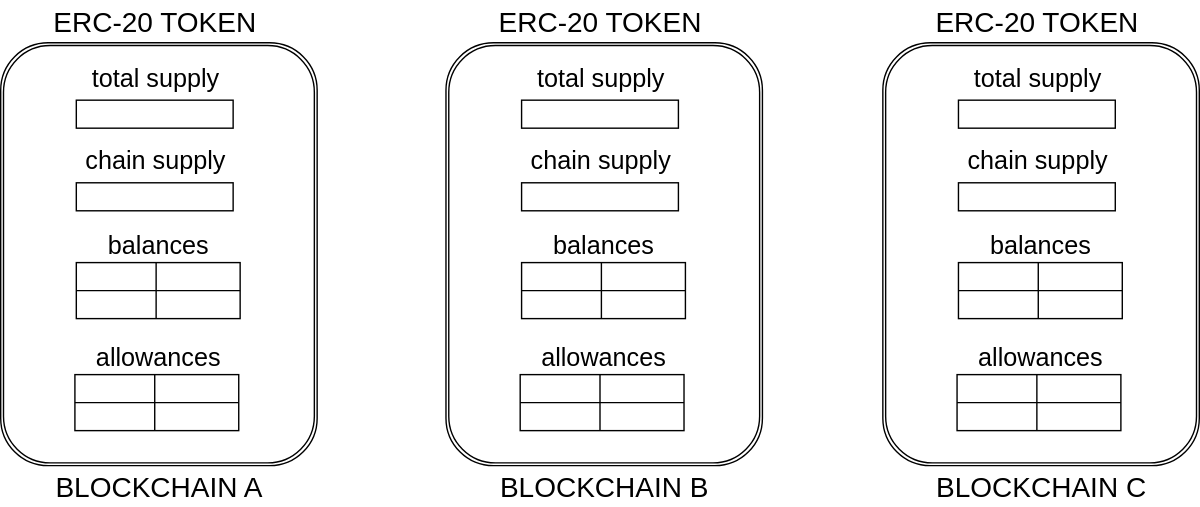
GoFungible/interop-site keeps this draw.io diagram as static/img/drawings/patterns_erc20_multichain.svg. Above is the earlier version. Source tidied: cells renumbered, new cells last; positions are measured from the earlier drawing's top-left corner, leaving out a move shared by most shapes.
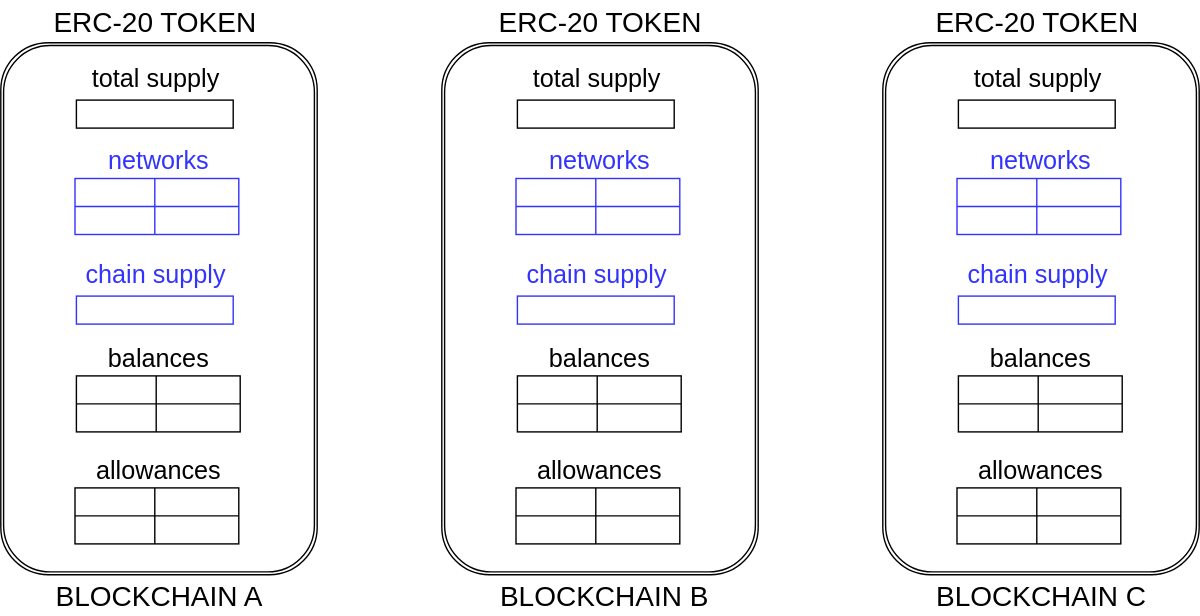
The same file after the commit.

What changed in the source:
```diff
@@ -3,28 +3,28 @@
     <mxCell id="0" />
     <mxCell id="1" parent="0" />
     <mxCell id="2" style="shape=ext;double=1;rounded=1;whiteSpace=wrap;html=1;" parent="1" vertex="1">
-      <mxGeometry y="30" width="226" height="302" as="geometry" />
+      <mxGeometry y="30" width="226" height="380" as="geometry" />
     </mxCell>
     <mxCell id="3" value="&lt;font style=&quot;font-size: 20px;&quot;&gt;ERC-20 TOKEN&lt;/font&gt;" style="text;html=1;whiteSpace=wrap;strokeColor=none;fillColor=none;align=center;verticalAlign=middle;rounded=0;" parent="1" vertex="1">
       <mxGeometry x="32.5" width="155" height="30" as="geometry" />
     </mxCell>
     <mxCell id="4" style="shape=internalStorage;whiteSpace=wrap;html=1;backgroundOutline=1;dx=57;dy=20;" parent="1" vertex="1">
-      <mxGeometry x="54" y="187" width="117" height="40" as="geometry" />
+      <mxGeometry x="54" y="268" width="117" height="40" as="geometry" />
     </mxCell>
     <mxCell id="5" value="&lt;font style=&quot;font-size: 18px;&quot;&gt;balances&lt;/font&gt;" style="text;html=1;whiteSpace=wrap;strokeColor=none;fillColor=none;align=center;verticalAlign=middle;rounded=0;" parent="1" vertex="1">
-      <mxGeometry x="68" y="160" width="90" height="30" as="geometry" />
+      <mxGeometry x="68" y="241" width="90" height="30" as="geometry" />
     </mxCell>
-    <mxCell id="6" style="rounded=0;whiteSpace=wrap;html=1;" parent="1" vertex="1">
-      <mxGeometry x="54" y="130" width="112" height="20" as="geometry" />
+    <mxCell id="6" style="rounded=0;whiteSpace=wrap;html=1;fillColor=none;strokeColor=light-dark(#3333FF,#EDEDED);" parent="1" vertex="1">
+      <mxGeometry x="54" y="211" width="112" height="20" as="geometry" />
     </mxCell>
-    <mxCell id="7" value="&lt;font style=&quot;font-size: 18px;&quot;&gt;chain supply&lt;/font&gt;" style="text;html=1;whiteSpace=wrap;strokeColor=none;fillColor=none;align=center;verticalAlign=middle;rounded=0;" parent="1" vertex="1">
-      <mxGeometry x="56" y="100" width="110" height="30" as="geometry" />
+    <mxCell id="7" value="&lt;font style=&quot;font-size: 18px;&quot;&gt;chain supply&lt;/font&gt;" style="text;html=1;whiteSpace=wrap;strokeColor=none;fillColor=none;align=center;verticalAlign=middle;rounded=0;fontColor=light-dark(#3333FF,#EDEDED);" parent="1" vertex="1">
+      <mxGeometry x="56" y="181" width="110" height="30" as="geometry" />
     </mxCell>
     <mxCell id="8" style="shape=internalStorage;whiteSpace=wrap;html=1;backgroundOutline=1;dx=57;dy=20;" parent="1" vertex="1">
-      <mxGeometry x="53" y="267" width="117" height="40" as="geometry" />
+      <mxGeometry x="53" y="348" width="117" height="40" as="geometry" />
     </mxCell>
     <mxCell id="9" value="&lt;font style=&quot;font-size: 18px;&quot;&gt;allowances&lt;/font&gt;" style="text;html=1;whiteSpace=wrap;strokeColor=none;fillColor=none;align=center;verticalAlign=middle;rounded=0;" parent="1" vertex="1">
-      <mxGeometry x="58" y="240" width="110" height="30" as="geometry" />
+      <mxGeometry x="58" y="321" width="110" height="30" as="geometry" />
     </mxCell>
     <mxCell id="10" style="rounded=0;whiteSpace=wrap;html=1;" parent="1" vertex="1">
       <mxGeometry x="54" y="71" width="112" height="20" as="geometry" />
@@ -32,74 +32,92 @@
     <mxCell id="11" value="&lt;font style=&quot;font-size: 18px;&quot;&gt;total supply&lt;/font&gt;" style="text;html=1;whiteSpace=wrap;strokeColor=none;fillColor=none;align=center;verticalAlign=middle;rounded=0;" parent="1" vertex="1">
       <mxGeometry x="56" y="41" width="110" height="30" as="geometry" />
     </mxCell>
-    <mxCell id="12" style="shape=ext;double=1;rounded=1;whiteSpace=wrap;html=1;" parent="1" vertex="1">
-      <mxGeometry x="318" y="30" width="226" height="302" as="geometry" />
-    </mxCell>
     <mxCell id="13" value="&lt;font style=&quot;font-size: 20px;&quot;&gt;ERC-20 TOKEN&lt;/font&gt;" style="text;html=1;whiteSpace=wrap;strokeColor=none;fillColor=none;align=center;verticalAlign=middle;rounded=0;" parent="1" vertex="1">
       <mxGeometry x="350.5" width="155" height="30" as="geometry" />
     </mxCell>
-    <mxCell id="14" style="shape=internalStorage;whiteSpace=wrap;html=1;backgroundOutline=1;dx=57;dy=20;" parent="1" vertex="1">
-      <mxGeometry x="372" y="187" width="117" height="40" as="geometry" />
-    </mxCell>
-    <mxCell id="15" value="&lt;font style=&quot;font-size: 18px;&quot;&gt;balances&lt;/font&gt;" style="text;html=1;whiteSpace=wrap;strokeColor=none;fillColor=none;align=center;verticalAlign=middle;rounded=0;" parent="1" vertex="1">
-      <mxGeometry x="386" y="160" width="90" height="30" as="geometry" />
-    </mxCell>
-    <mxCell id="16" style="rounded=0;whiteSpace=wrap;html=1;" parent="1" vertex="1">
-      <mxGeometry x="372" y="130" width="112" height="20" as="geometry" />
-    </mxCell>
-    <mxCell id="17" value="&lt;font style=&quot;font-size: 18px;&quot;&gt;chain&amp;nbsp;supply&lt;/font&gt;" style="text;html=1;whiteSpace=wrap;strokeColor=none;fillColor=none;align=center;verticalAlign=middle;rounded=0;" parent="1" vertex="1">
-      <mxGeometry x="374" y="100" width="110" height="30" as="geometry" />
-    </mxCell>
-    <mxCell id="18" style="shape=internalStorage;whiteSpace=wrap;html=1;backgroundOutline=1;dx=57;dy=20;" parent="1" vertex="1">
-      <mxGeometry x="371" y="267" width="117" height="40" as="geometry" />
-    </mxCell>
-    <mxCell id="19" value="&lt;font style=&quot;font-size: 18px;&quot;&gt;allowances&lt;/font&gt;" style="text;html=1;whiteSpace=wrap;strokeColor=none;fillColor=none;align=center;verticalAlign=middle;rounded=0;" parent="1" vertex="1">
-      <mxGeometry x="376" y="240" width="110" height="30" as="geometry" />
-    </mxCell>
-    <mxCell id="20" style="rounded=0;whiteSpace=wrap;html=1;" parent="1" vertex="1">
-      <mxGeometry x="372" y="71" width="112" height="20" as="geometry" />
-    </mxCell>
-    <mxCell id="21" value="&lt;font style=&quot;font-size: 18px;&quot;&gt;total&amp;nbsp;supply&lt;/font&gt;" style="text;html=1;whiteSpace=wrap;strokeColor=none;fillColor=none;align=center;verticalAlign=middle;rounded=0;" parent="1" vertex="1">
-      <mxGeometry x="374" y="41" width="110" height="30" as="geometry" />
-    </mxCell>
-    <mxCell id="22" style="shape=ext;double=1;rounded=1;whiteSpace=wrap;html=1;" parent="1" vertex="1">
-      <mxGeometry x="630" y="30" width="226" height="302" as="geometry" />
-    </mxCell>
     <mxCell id="23" value="&lt;font style=&quot;font-size: 20px;&quot;&gt;ERC-20 TOKEN&lt;/font&gt;" style="text;html=1;whiteSpace=wrap;strokeColor=none;fillColor=none;align=center;verticalAlign=middle;rounded=0;" parent="1" vertex="1">
       <mxGeometry x="662.5" width="155" height="30" as="geometry" />
     </mxCell>
-    <mxCell id="24" style="shape=internalStorage;whiteSpace=wrap;html=1;backgroundOutline=1;dx=57;dy=20;" parent="1" vertex="1">
-      <mxGeometry x="684" y="187" width="117" height="40" as="geometry" />
-    </mxCell>
-    <mxCell id="25" value="&lt;font style=&quot;font-size: 18px;&quot;&gt;balances&lt;/font&gt;" style="text;html=1;whiteSpace=wrap;strokeColor=none;fillColor=none;align=center;verticalAlign=middle;rounded=0;" parent="1" vertex="1">
-      <mxGeometry x="698" y="160" width="90" height="30" as="geometry" />
-    </mxCell>
-    <mxCell id="26" style="rounded=0;whiteSpace=wrap;html=1;" parent="1" vertex="1">
-      <mxGeometry x="684" y="130" width="112" height="20" as="geometry" />
-    </mxCell>
-    <mxCell id="27" value="&lt;font style=&quot;font-size: 18px;&quot;&gt;chain&amp;nbsp;supply&lt;/font&gt;" style="text;html=1;whiteSpace=wrap;strokeColor=none;fillColor=none;align=center;verticalAlign=middle;rounded=0;" parent="1" vertex="1">
-      <mxGeometry x="686" y="100" width="110" height="30" as="geometry" />
-    </mxCell>
-    <mxCell id="28" style="shape=internalStorage;whiteSpace=wrap;html=1;backgroundOutline=1;dx=57;dy=20;" parent="1" vertex="1">
-      <mxGeometry x="683" y="267" width="117" height="40" as="geometry" />
-    </mxCell>
-    <mxCell id="29" value="&lt;font style=&quot;font-size: 18px;&quot;&gt;allowances&lt;/font&gt;" style="text;html=1;whiteSpace=wrap;strokeColor=none;fillColor=none;align=center;verticalAlign=middle;rounded=0;" parent="1" vertex="1">
-      <mxGeometry x="688" y="240" width="110" height="30" as="geometry" />
-    </mxCell>
-    <mxCell id="30" style="rounded=0;whiteSpace=wrap;html=1;" parent="1" vertex="1">
-      <mxGeometry x="684" y="71" width="112" height="20" as="geometry" />
-    </mxCell>
-    <mxCell id="31" value="&lt;font style=&quot;font-size: 18px;&quot;&gt;total&amp;nbsp;supply&lt;/font&gt;" style="text;html=1;whiteSpace=wrap;strokeColor=none;fillColor=none;align=center;verticalAlign=middle;rounded=0;" parent="1" vertex="1">
-      <mxGeometry x="686" y="41" width="110" height="30" as="geometry" />
-    </mxCell>
     <mxCell id="32" value="&lt;font style=&quot;font-size: 20px;&quot;&gt;BLOCKCHAIN A&lt;/font&gt;" style="text;html=1;whiteSpace=wrap;strokeColor=none;fillColor=none;align=center;verticalAlign=middle;rounded=0;" parent="1" vertex="1">
-      <mxGeometry x="35.5" y="332" width="155" height="30" as="geometry" />
+      <mxGeometry x="35.5" y="410" width="155" height="30" as="geometry" />
     </mxCell>
     <mxCell id="33" value="&lt;font style=&quot;font-size: 20px;&quot;&gt;BLOCKCHAIN B&lt;/font&gt;" style="text;html=1;whiteSpace=wrap;strokeColor=none;fillColor=none;align=center;verticalAlign=middle;rounded=0;" parent="1" vertex="1">
-      <mxGeometry x="353.5" y="332" width="155" height="30" as="geometry" />
+      <mxGeometry x="353.5" y="410" width="155" height="30" as="geometry" />
     </mxCell>
     <mxCell id="34" value="&lt;font style=&quot;font-size: 20px;&quot;&gt;BLOCKCHAIN C&lt;/font&gt;" style="text;html=1;whiteSpace=wrap;strokeColor=none;fillColor=none;align=center;verticalAlign=middle;rounded=0;" parent="1" vertex="1">
-      <mxGeometry x="665.5" y="332" width="155" height="30" as="geometry" />
+      <mxGeometry x="665.5" y="410" width="155" height="30" as="geometry" />
     </mxCell>
+    <mxCell id="35" style="shape=internalStorage;whiteSpace=wrap;html=1;backgroundOutline=1;dx=57;dy=20;fillColor=none;strokeColor=#3333FF;" parent="1" vertex="1">
+      <mxGeometry x="53" y="127" width="117" height="40" as="geometry" />
+    </mxCell>
+    <mxCell id="36" value="&lt;font style=&quot;font-size: 18px;&quot;&gt;networks&lt;/font&gt;" style="text;html=1;whiteSpace=wrap;strokeColor=none;fillColor=none;align=center;verticalAlign=middle;rounded=0;fontColor=light-dark(#3333FF,#EDEDED);" parent="1" vertex="1">
+      <mxGeometry x="58" y="100" width="110" height="30" as="geometry" />
+    </mxCell>
+    <mxCell id="37" style="shape=ext;double=1;rounded=1;whiteSpace=wrap;html=1;" parent="1" vertex="1">
+      <mxGeometry x="315" y="30" width="226" height="380" as="geometry" />
+    </mxCell>
+    <mxCell id="38" style="shape=internalStorage;whiteSpace=wrap;html=1;backgroundOutline=1;dx=57;dy=20;" parent="1" vertex="1">
+      <mxGeometry x="369" y="268" width="117" height="40" as="geometry" />
+    </mxCell>
+    <mxCell id="39" value="&lt;font style=&quot;font-size: 18px;&quot;&gt;balances&lt;/font&gt;" style="text;html=1;whiteSpace=wrap;strokeColor=none;fillColor=none;align=center;verticalAlign=middle;rounded=0;" parent="1" vertex="1">
+      <mxGeometry x="383" y="241" width="90" height="30" as="geometry" />
+    </mxCell>
+    <mxCell id="40" style="rounded=0;whiteSpace=wrap;html=1;strokeColor=#3333FF;" parent="1" vertex="1">
+      <mxGeometry x="369" y="211" width="112" height="20" as="geometry" />
+    </mxCell>
+    <mxCell id="41" value="&lt;font style=&quot;font-size: 18px;&quot;&gt;chain supply&lt;/font&gt;" style="text;html=1;whiteSpace=wrap;strokeColor=none;fillColor=none;align=center;verticalAlign=middle;rounded=0;fontColor=#3333FF;" parent="1" vertex="1">
+      <mxGeometry x="371" y="181" width="110" height="30" as="geometry" />
+    </mxCell>
+    <mxCell id="42" style="shape=internalStorage;whiteSpace=wrap;html=1;backgroundOutline=1;dx=57;dy=20;" parent="1" vertex="1">
+      <mxGeometry x="368" y="348" width="117" height="40" as="geometry" />
+    </mxCell>
+    <mxCell id="43" value="&lt;font style=&quot;font-size: 18px;&quot;&gt;allowances&lt;/font&gt;" style="text;html=1;whiteSpace=wrap;strokeColor=none;fillColor=none;align=center;verticalAlign=middle;rounded=0;" parent="1" vertex="1">
+      <mxGeometry x="373" y="321" width="110" height="30" as="geometry" />
+    </mxCell>
+    <mxCell id="44" style="rounded=0;whiteSpace=wrap;html=1;" parent="1" vertex="1">
+      <mxGeometry x="369" y="71" width="112" height="20" as="geometry" />
+    </mxCell>
+    <mxCell id="45" value="&lt;font style=&quot;font-size: 18px;&quot;&gt;total supply&lt;/font&gt;" style="text;html=1;whiteSpace=wrap;strokeColor=none;fillColor=none;align=center;verticalAlign=middle;rounded=0;" parent="1" vertex="1">
+      <mxGeometry x="371" y="41" width="110" height="30" as="geometry" />
+    </mxCell>
+    <mxCell id="46" style="shape=internalStorage;whiteSpace=wrap;html=1;backgroundOutline=1;dx=57;dy=20;fillColor=none;strokeColor=light-dark(#3333FF,#EDEDED);" parent="1" vertex="1">
+      <mxGeometry x="368" y="127" width="117" height="40" as="geometry" />
+    </mxCell>
+    <mxCell id="47" value="&lt;font style=&quot;font-size: 18px;&quot;&gt;networks&lt;/font&gt;" style="text;html=1;whiteSpace=wrap;strokeColor=none;fillColor=none;align=center;verticalAlign=middle;rounded=0;fontColor=#3333FF;" parent="1" vertex="1">
+      <mxGeometry x="373" y="100" width="110" height="30" as="geometry" />
+    </mxCell>
+    <mxCell id="48" style="shape=ext;double=1;rounded=1;whiteSpace=wrap;html=1;" parent="1" vertex="1">
+      <mxGeometry x="630" y="30" width="226" height="380" as="geometry" />
+    </mxCell>
+    <mxCell id="49" style="shape=internalStorage;whiteSpace=wrap;html=1;backgroundOutline=1;dx=57;dy=20;" parent="1" vertex="1">
+      <mxGeometry x="684" y="268" width="117" height="40" as="geometry" />
+    </mxCell>
+    <mxCell id="50" value="&lt;font style=&quot;font-size: 18px;&quot;&gt;balances&lt;/font&gt;" style="text;html=1;whiteSpace=wrap;strokeColor=none;fillColor=none;align=center;verticalAlign=middle;rounded=0;" parent="1" vertex="1">
+      <mxGeometry x="698" y="241" width="90" height="30" as="geometry" />
+    </mxCell>
+    <mxCell id="51" style="rounded=0;whiteSpace=wrap;html=1;strokeColor=#3333FF;" parent="1" vertex="1">
+      <mxGeometry x="684" y="211" width="112" height="20" as="geometry" />
+    </mxCell>
+    <mxCell id="52" value="&lt;font style=&quot;font-size: 18px;&quot;&gt;chain supply&lt;/font&gt;" style="text;html=1;whiteSpace=wrap;strokeColor=none;fillColor=none;align=center;verticalAlign=middle;rounded=0;fontColor=#3333FF;" parent="1" vertex="1">
+      <mxGeometry x="686" y="181" width="110" height="30" as="geometry" />
+    </mxCell>
+    <mxCell id="53" style="shape=internalStorage;whiteSpace=wrap;html=1;backgroundOutline=1;dx=57;dy=20;" parent="1" vertex="1">
+      <mxGeometry x="683" y="348" width="117" height="40" as="geometry" />
+    </mxCell>
+    <mxCell id="54" value="&lt;font style=&quot;font-size: 18px;&quot;&gt;allowances&lt;/font&gt;" style="text;html=1;whiteSpace=wrap;strokeColor=none;fillColor=none;align=center;verticalAlign=middle;rounded=0;" parent="1" vertex="1">
+      <mxGeometry x="688" y="321" width="110" height="30" as="geometry" />
+    </mxCell>
+    <mxCell id="30" style="rounded=0;whiteSpace=wrap;html=1;" parent="1" vertex="1">
+      <mxGeometry x="684" y="71" width="112" height="20" as="geometry" />
+    </mxCell>
+    <mxCell id="55" value="&lt;font style=&quot;font-size: 18px;&quot;&gt;total supply&lt;/font&gt;" style="text;html=1;whiteSpace=wrap;strokeColor=none;fillColor=none;align=center;verticalAlign=middle;rounded=0;" parent="1" vertex="1">
+      <mxGeometry x="686" y="41" width="110" height="30" as="geometry" />
+    </mxCell>
+    <mxCell id="56" style="shape=internalStorage;whiteSpace=wrap;html=1;backgroundOutline=1;dx=57;dy=20;strokeColor=#3333FF;" parent="1" vertex="1">
+      <mxGeometry x="683" y="127" width="117" height="40" as="geometry" />
+    </mxCell>
+    <mxCell id="57" value="&lt;font style=&quot;font-size: 18px;&quot;&gt;networks&lt;/font&gt;" style="text;html=1;whiteSpace=wrap;strokeColor=none;fillColor=none;align=center;verticalAlign=middle;rounded=0;fontColor=light-dark(#3333FF,#EDEDED);" parent="1" vertex="1">
+      <mxGeometry x="688" y="100" width="110" height="30" as="geometry" />
+    </mxCell>
   </root>
 </mxGraphModel>
```
